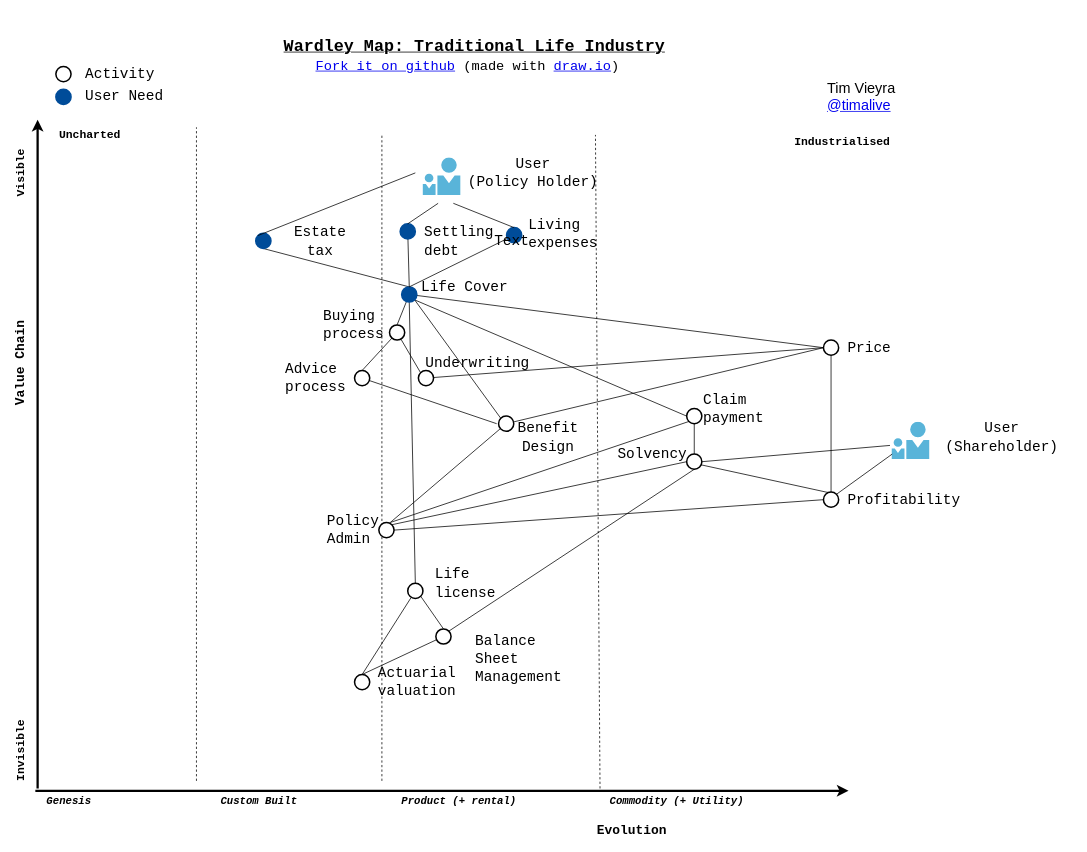
This is Life Insurance Wardley Map.drawio from timalive/timalive.github.io, a draw.io file, before an edit. Source tidied: cells renumbered, new cells numbered last; positions are measured from the earlier drawing's top-left corner, leaving out a move shared by most shapes. Both pictures are drawn from the tidied source at 76%, with x=0, y=0 at pixel (-28, 13).
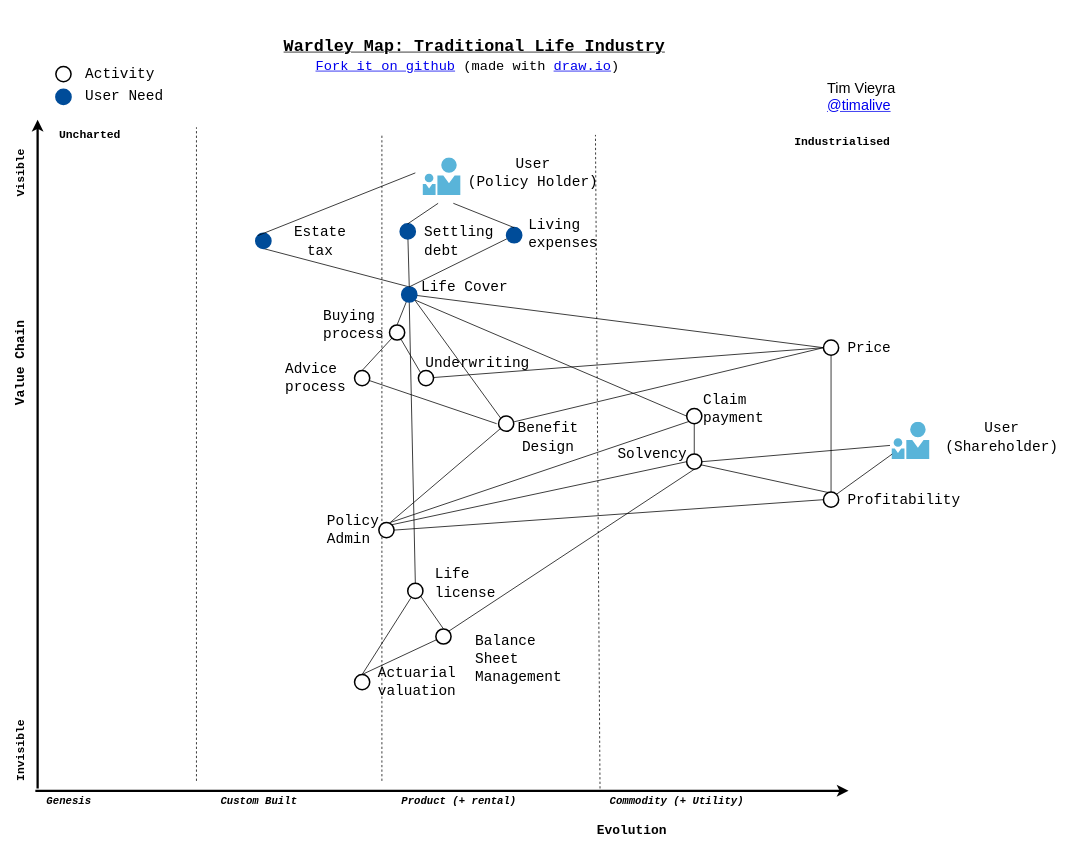
Above is the later version.

Commit message (it also covers changes not shown here):
remove text label

What changed in the source:
```diff
@@
-    <mxCell id="93" value="Text" style="text;html=1;strokeColor=none;fillColor=none;align=center;verticalAlign=middle;whiteSpace=wrap;rounded=0;fontFamily=Courier New;fontSize=19;" parent="18" vertex="1">
-      <mxGeometry x="690" y="290" width="40" height="20" as="geometry" />
-    </mxCell>
```
